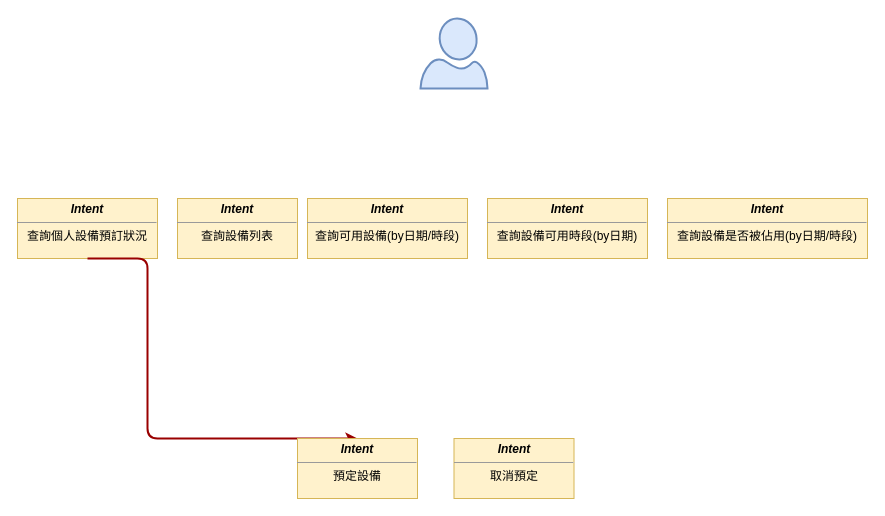
shihxuancheng/qa_bot keeps this draw.io diagram as page "whl_family" (2 of 2) of resources/assets/qa_bot dialog flow.drawio. Above is the earlier version. Source tidied: cells renumbered, new cells numbered last; positions are measured from the earlier drawing's top-left corner, leaving out a move shared by most shapes. Both pictures are drawn from the tidied source at 100%, with x=0, y=0 at pixel (17, 18).
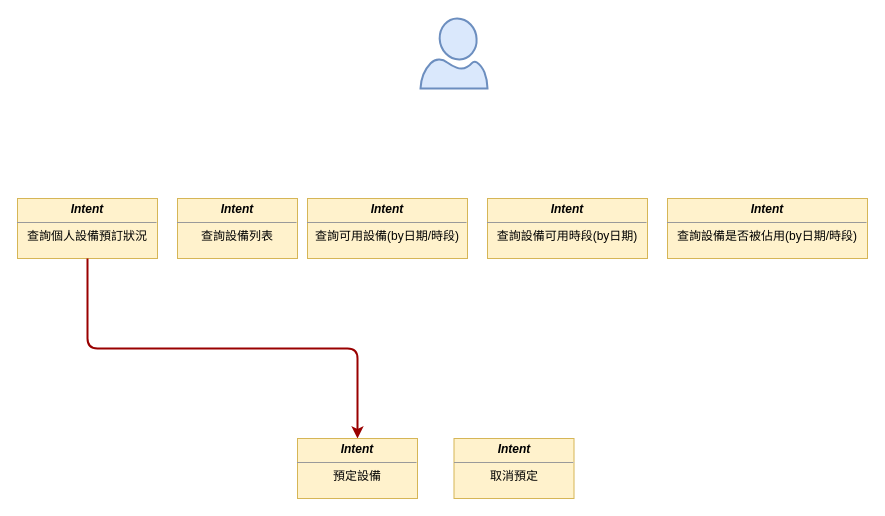
Above is the later version.

The edit, as a diff of the source:
```diff
@@
 <mxGraphModel background="#ffffff">
   <root>
     <mxCell id="0" />
     <mxCell id="1" parent="0" />
     <mxCell id="2" value="&lt;p style=&quot;margin: 4px 0px 0px&quot;&gt;&lt;b&gt;&lt;i&gt;Intent&lt;/i&gt;&lt;/b&gt;&lt;/p&gt;&lt;hr size=&quot;1&quot;&gt;&lt;div style=&quot;height: 2px&quot;&gt;查詢個人設備預訂狀況&lt;/div&gt;" style="verticalAlign=top;align=center;overflow=fill;fontSize=12;fontFamily=Helvetica;html=1;fillColor=#fff2cc;strokeColor=#d6b656;" parent="1" vertex="1">
       <mxGeometry y="180" width="140" height="60" as="geometry" />
     </mxCell>
     <mxCell id="3" value="&lt;p style=&quot;margin: 4px 0px 0px&quot;&gt;&lt;b&gt;&lt;i&gt;Intent&lt;/i&gt;&lt;/b&gt;&lt;/p&gt;&lt;hr size=&quot;1&quot;&gt;&lt;div style=&quot;height: 2px&quot;&gt;查詢設備列表&lt;/div&gt;" style="verticalAlign=top;align=center;overflow=fill;fontSize=12;fontFamily=Helvetica;html=1;fillColor=#fff2cc;strokeColor=#d6b656;" parent="1" vertex="1">
       <mxGeometry x="160" y="180" width="120" height="60" as="geometry" />
     </mxCell>
-    <mxCell id="4" style="edgeStyle=elbowEdgeStyle;elbow=horizontal;strokeColor=#990000;strokeWidth=2;exitX=0.5;exitY=1;exitDx=0;exitDy=0;entryX=0.5;entryY=0;entryDx=0;entryDy=0;" parent="1" edge="1" source="2" target="9">
-      <mxGeometry relative="1" as="geometry">
-        <Array as="points">
-          <mxPoint x="130" y="330" />
-        </Array>
-      </mxGeometry>
+    <mxCell id="4" style="strokeColor=#990000;strokeWidth=2;exitX=0.5;exitY=1;exitDx=0;exitDy=0;entryX=0.5;entryY=0;entryDx=0;entryDy=0;rounded=1;edgeStyle=elbowEdgeStyle;elbow=vertical;" parent="1" edge="1" source="2" target="9">
+      <mxGeometry relative="1" as="geometry" />
     </mxCell>
     <mxCell id="5" value="&lt;p style=&quot;margin: 4px 0px 0px&quot;&gt;&lt;b&gt;&lt;i&gt;Intent&lt;/i&gt;&lt;/b&gt;&lt;/p&gt;&lt;hr size=&quot;1&quot;&gt;&lt;div style=&quot;height: 2px&quot;&gt;查詢可用設備(by日期/時段)&lt;/div&gt;" style="verticalAlign=top;align=center;overflow=fill;fontSize=12;fontFamily=Helvetica;html=1;fillColor=#fff2cc;strokeColor=#d6b656;" parent="1" vertex="1">
       <mxGeometry x="290" y="180" width="160" height="60" as="geometry" />
     </mxCell>
     <mxCell id="6" value="&lt;p style=&quot;margin: 4px 0px 0px&quot;&gt;&lt;b&gt;&lt;i&gt;Intent&lt;/i&gt;&lt;/b&gt;&lt;/p&gt;&lt;hr size=&quot;1&quot;&gt;&lt;div style=&quot;height: 2px&quot;&gt;查詢設備可用時段(by日期)&lt;/div&gt;" style="verticalAlign=top;align=center;overflow=fill;fontSize=12;fontFamily=Helvetica;html=1;fillColor=#fff2cc;strokeColor=#d6b656;" parent="1" vertex="1">
       <mxGeometry x="470" y="180" width="160" height="60" as="geometry" />
     </mxCell>
     <mxCell id="7" value="&lt;p style=&quot;margin: 4px 0px 0px&quot;&gt;&lt;b&gt;&lt;i&gt;Intent&lt;/i&gt;&lt;/b&gt;&lt;/p&gt;&lt;hr size=&quot;1&quot;&gt;&lt;div style=&quot;height: 2px&quot;&gt;查詢設備是否被佔用(by日期/時段)&lt;/div&gt;" style="verticalAlign=top;align=center;overflow=fill;fontSize=12;fontFamily=Helvetica;html=1;fillColor=#fff2cc;strokeColor=#d6b656;" parent="1" vertex="1">
       <mxGeometry x="650" y="180" width="200" height="60" as="geometry" />
     </mxCell>
     <mxCell id="8" style="verticalLabelPosition=bottom;html=1;verticalAlign=top;align=center;strokeColor=#6c8ebf;fillColor=#dae8fc;shape=mxgraph.azure.user;strokeWidth=2;" parent="1" vertex="1">
       <mxGeometry x="403" width="67" height="70" as="geometry" />
     </mxCell>
     <mxCell id="9" value="&lt;p style=&quot;margin: 4px 0px 0px&quot;&gt;&lt;b&gt;&lt;i&gt;Intent&lt;/i&gt;&lt;/b&gt;&lt;/p&gt;&lt;hr size=&quot;1&quot;&gt;&lt;div style=&quot;height: 2px&quot;&gt;預定設備&lt;/div&gt;" style="verticalAlign=top;align=center;overflow=fill;fontSize=12;fontFamily=Helvetica;html=1;fillColor=#fff2cc;strokeColor=#d6b656;" parent="1" vertex="1">
       <mxGeometry x="280" y="420" width="120" height="60" as="geometry" />
     </mxCell>
     <mxCell id="10" value="&lt;p style=&quot;margin: 4px 0px 0px&quot;&gt;&lt;b&gt;&lt;i&gt;Intent&lt;/i&gt;&lt;/b&gt;&lt;/p&gt;&lt;hr size=&quot;1&quot;&gt;&lt;div style=&quot;height: 2px&quot;&gt;取消預定&lt;/div&gt;" style="verticalAlign=top;align=center;overflow=fill;fontSize=12;fontFamily=Helvetica;html=1;fillColor=#fff2cc;strokeColor=#d6b656;" parent="1" vertex="1">
       <mxGeometry x="436.5" y="420" width="120" height="60" as="geometry" />
     </mxCell>
   </root>
 </mxGraphModel>
```
